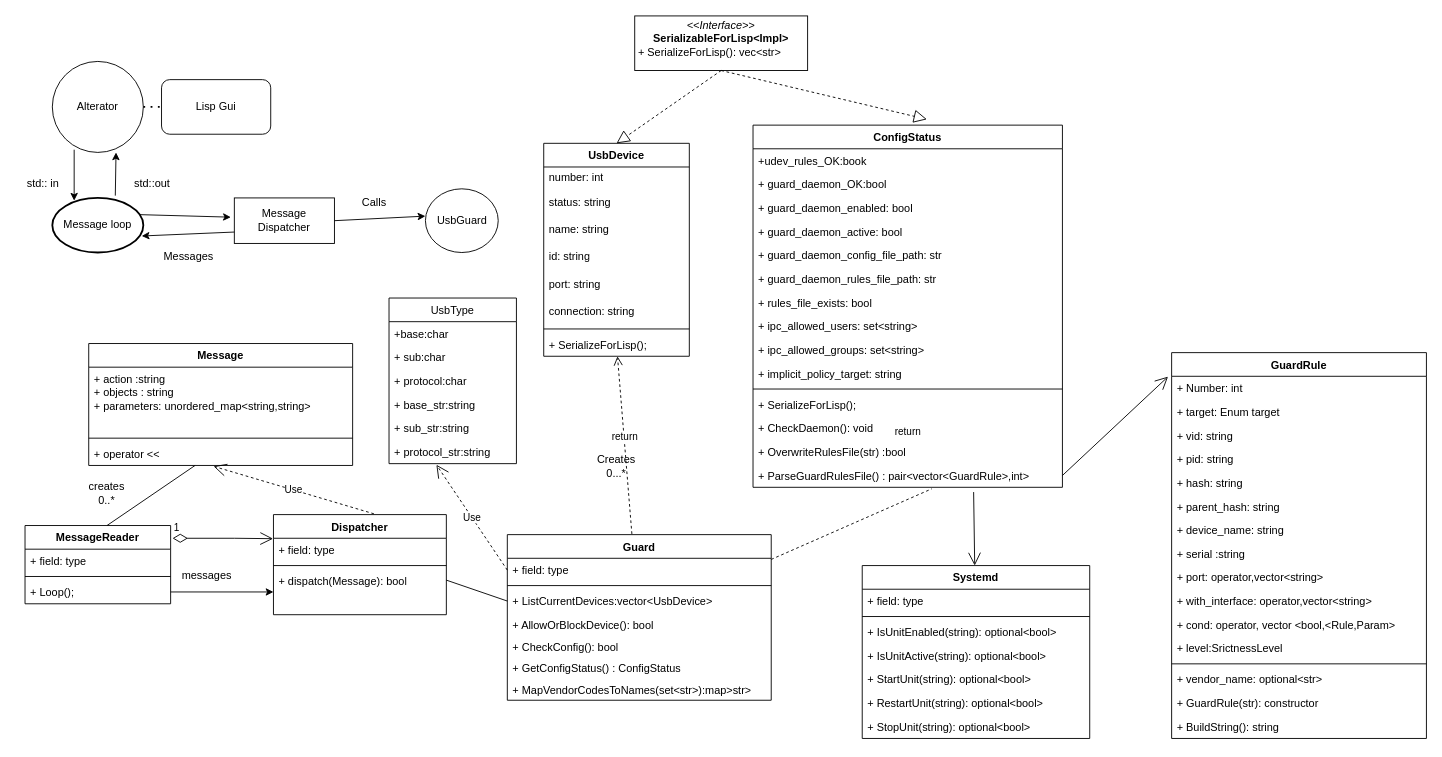
The draw.io diagram Classes.drawio in 3036662/alterator-usbmount, before the edit. Source tidied: cells renumbered, new cells numbered last; positions are measured from the earlier drawing's top-left corner, leaving out a move shared by most shapes. Both pictures are drawn from the tidied source at 91%, with x=0, y=0 at pixel (15, 15).
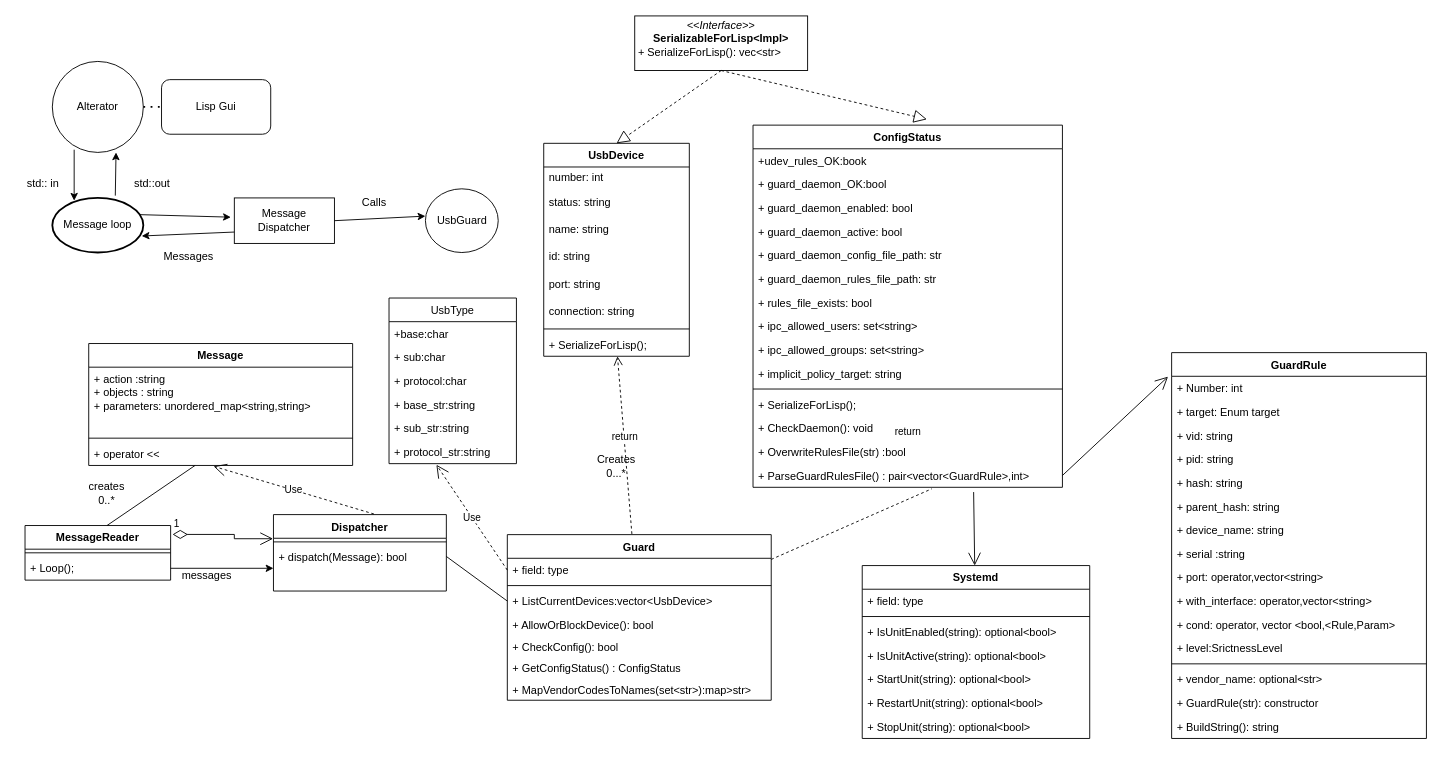
The same diagram, later.

Diff of the diagram source:
```diff
@@
     <mxCell id="18" value="MessageReader" style="swimlane;fontStyle=1;align=center;verticalAlign=top;horizontal=1;startSize=26;whiteSpace=wrap;html=1;" parent="1" vertex="1">
-      <mxGeometry x="10" y="560" width="160" height="86" as="geometry" />
+      <mxGeometry x="10" y="560" width="160" height="60" as="geometry" />
     </mxCell>
-    <mxCell id="19" value="+ field: type" style="text;strokeColor=none;fillColor=none;align=left;verticalAlign=top;spacingLeft=4;spacingRight=4;overflow=hidden;whiteSpace=wrap;html=1;" parent="18" vertex="1">
-      <mxGeometry y="26" width="160" height="26" as="geometry" />
-    </mxCell>
     <mxCell id="20" style="line;strokeWidth=1;fillColor=none;align=left;verticalAlign=middle;spacingTop=-1;spacingLeft=3;spacingRight=3;labelPosition=right;strokeColor=inherit;" parent="18" vertex="1">
-      <mxGeometry y="52" width="160" height="8" as="geometry" />
+      <mxGeometry y="26" width="160" height="8" as="geometry" />
     </mxCell>
     <mxCell id="21" value="+ Loop();" style="text;strokeColor=none;fillColor=none;align=left;verticalAlign=top;spacingLeft=4;spacingRight=4;overflow=hidden;points=[[0,0.5],[1,0.5]];portConstraint=eastwest;whiteSpace=wrap;html=1;" parent="18" vertex="1">
-      <mxGeometry y="60" width="160" height="26" as="geometry" />
+      <mxGeometry y="34" width="160" height="26" as="geometry" />
     </mxCell>
@@
     <mxCell id="26" value="Dispatcher" style="swimlane;fontStyle=1;align=center;verticalAlign=top;horizontal=1;startSize=26;whiteSpace=wrap;html=1;" parent="1" vertex="1">
-      <mxGeometry x="283" y="548" width="190" height="110" as="geometry" />
+      <mxGeometry x="283" y="548" width="190" height="84" as="geometry" />
     </mxCell>
-    <mxCell id="27" value="+ field: type" style="text;strokeColor=none;fillColor=none;align=left;verticalAlign=top;spacingLeft=4;spacingRight=4;overflow=hidden;points=[[0,0.5],[1,0.5]];portConstraint=eastwest;whiteSpace=wrap;html=1;" parent="26" vertex="1">
-      <mxGeometry y="26" width="190" height="26" as="geometry" />
-    </mxCell>
     <mxCell id="28" style="line;strokeWidth=1;fillColor=none;align=left;verticalAlign=middle;spacingTop=-1;spacingLeft=3;spacingRight=3;labelPosition=right;strokeColor=inherit;" parent="26" vertex="1">
-      <mxGeometry y="52" width="190" height="8" as="geometry" />
+      <mxGeometry y="26" width="190" height="8" as="geometry" />
     </mxCell>
     <mxCell id="29" value="+ dispatch(Message): bool" style="text;strokeColor=none;fillColor=none;align=left;verticalAlign=top;spacingLeft=4;spacingRight=4;overflow=hidden;points=[[0,0.5],[1,0.5]];portConstraint=eastwest;whiteSpace=wrap;html=1;" parent="26" vertex="1">
-      <mxGeometry y="60" width="190" height="50" as="geometry" />
+      <mxGeometry y="34" width="190" height="50" as="geometry" />
     </mxCell>
@@
-    <mxCell id="50" value="1" style="endArrow=open;html=1;endSize=12;startArrow=diamondThin;startSize=14;startFill=0;edgeStyle=orthogonalEdgeStyle;align=left;verticalAlign=bottom;rounded=0;exitX=1.013;exitY=0.163;exitDx=0;exitDy=0;exitPerimeter=0;entryX=-0.002;entryY=0.018;entryDx=0;entryDy=0;entryPerimeter=0;" parent="1" edge="1" source="18" target="27">
+    <mxCell id="50" value="1" style="endArrow=open;html=1;endSize=12;startArrow=diamondThin;startSize=14;startFill=0;edgeStyle=orthogonalEdgeStyle;align=left;verticalAlign=bottom;rounded=0;exitX=1.013;exitY=0.163;exitDx=0;exitDy=0;exitPerimeter=0;entryX=-0.002;entryY=0.018;entryDx=0;entryDy=0;entryPerimeter=0;" parent="1" edge="1" source="18">
       <mxGeometry x="-1" y="3" relative="1" as="geometry">
+        <mxPoint x="282.6" y="574.5" as="targetPoint" />
         <Array as="points">
           <mxPoint x="240" y="574" />
         </Array>
       </mxGeometry>
     </mxCell>
```
